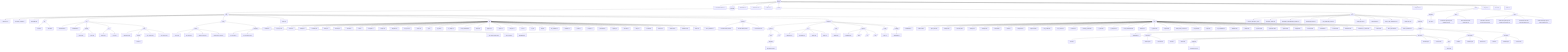
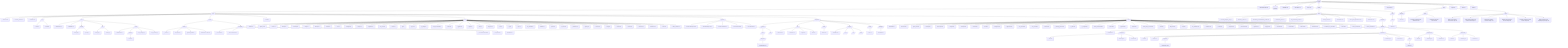
- %% antcrate tree — generated 2026-06-10T07:45:45Z
+ %% antcrate tree — generated 2026-06-10T22:00:53Z
graph TD
  root(["antcrate"])
  1["CONTRIBUTING.md"]
  root --> 1
  2[(LICENSE)]
  root --> 2
  3["README.md"]
  root --> 3
  4["SECURITY.md"]
  root --> 4
  5["SKILL.md"]
  root --> 5
  6[/assets/]
  root --> 6
  6a[/code/]
  6 --> 6a
  6a1["AGENTS.md"]
  6a --> 6a1
  6a2["CLAUDE_CODE.md"]
  6a --> 6a2
  6a3["README.md"]
  6a --> 6a3
  6a4[/bin/]
  6a --> 6a4
  6a4a["antcrate"]
  6a4 --> 6a4a
  6a4b["antcrated"]
  6a4 --> 6a4b
  6a5[/core/]
  6a --> 6a5
  6a5a["CMakeLists.txt"]
  6a5 --> 6a5a
  6a5b["README.md"]
  6a5 --> 6a5b
  6a5c[/include/]
  6a5 --> 6a5c
  6a5c1["canary.hpp"]
  6a5c --> 6a5c1
  6a5c2["json.hpp"]
  6a5c --> 6a5c2
  6a5d[/src/]
  6a5 --> 6a5d
  6a5d1["canary.cpp"]
  6a5d --> 6a5d1
  6a5d2["main.cpp"]
  6a5d --> 6a5d2
  6a5e[/tests/]
  6a5 --> 6a5e
  6a5e1["CMakeLists.txt"]
  6a5e --> 6a5e1
  6a5e2[/doctest/]
  6a5e --> 6a5e2
  6a5e2a["doctest.h"]
  6a5e2 --> 6a5e2a
  6a5e3["test_canary.cpp"]
  6a5e --> 6a5e3
  6a5e4["test_smoke.cpp"]
  6a5e --> 6a5e4
  6a6[/hooks/]
  6a --> 6a6
  6a6a[/claude/]
  6a6 --> 6a6a
  6a6a1["_zones.sh"]
  6a6a --> 6a6a1
  6a6a2["env-guard.sh"]
  6a6a --> 6a6a2
  6a6a3["gateway-guard.sh"]
  6a6a --> 6a6a3
  6a6a4["shellcheck-on-save.sh"]
  6a6a --> 6a6a4
  6a6b[/templates/]
  6a6 --> 6a6b
  6a6b1["pre-commit-ci"]
  6a6b --> 6a6b1
  6a6b2["pre-commit-secrets"]
  6a6b --> 6a6b2
  6a6b3["pre-commit-stack-bash"]
  6a6b --> 6a6b3
  6a6b4["pre-push-tests"]
  6a6b --> 6a6b4
  6a7["install.sh"]
  6a --> 6a7
  6a8[/lib/]
  6a --> 6a8
  6a8a["address.sh"]
  6a8 --> 6a8a
  6a8b["agent_init.sh"]
  6a8 --> 6a8b
  6a8c["anchor.sh"]
  6a8 --> 6a8c
  6a8d["backup.sh"]
  6a8 --> 6a8d
  6a8e["bootstrap.sh"]
  6a8 --> 6a8e
  6a8f["canary.sh"]
  6a8 --> 6a8f
  6a8g["cleanup.sh"]
  6a8 --> 6a8g
  6a8h["commit.sh"]
  6a8 --> 6a8h
  6a8i["cost.sh"]
  6a8 --> 6a8i
  6a8j["delegate.sh"]
  6a8 --> 6a8j
  6a8k["devops.sh"]
  6a8 --> 6a8k
  6a8l["diagrams.sh"]
  6a8 --> 6a8l
  6a8m["env_scan.sh"]
  6a8 --> 6a8m
  6a8n["events.sh"]
  6a8 --> 6a8n
  6a8o["gh.sh"]
  6a8 --> 6a8o
  6a8p["git_init.sh"]
  6a8 --> 6a8p
  6a8q["git_triage.sh"]
  6a8 --> 6a8q
  6a8r["hook_autoinstall.sh"]
  6a8 --> 6a8r
  6a8s["hooks.sh"]
  6a8 --> 6a8s
  6a8t["hygiene.sh"]
  6a8 --> 6a8t
  6a8u["ingest.sh"]
  6a8 --> 6a8u
-   6a8v["lifecycle.sh"]
+   6a8v["intel.sh"]
  6a8 --> 6a8v
-   6a8w["lock.sh"]
+   6a8w["lifecycle.sh"]
  6a8 --> 6a8w
-   6a8x["log.sh"]
+   6a8x["lock.sh"]
  6a8 --> 6a8x
-   6a8y["loop.sh"]
+   6a8y["log.sh"]
  6a8 --> 6a8y
-   6a8z["md_scaffold.sh"]
+   6a8z["loop.sh"]
  6a8 --> 6a8z
-   6a8aa["obsidian.sh"]
+   6a8aa["md_scaffold.sh"]
  6a8 --> 6a8aa
-   6a8ab["profile.sh"]
+   6a8ab["obsidian.sh"]
  6a8 --> 6a8ab
-   6a8ac["propose.sh"]
+   6a8ac["profile.sh"]
  6a8 --> 6a8ac
-   6a8ad["quarantine.sh"]
+   6a8ad["propose.sh"]
  6a8 --> 6a8ad
-   6a8ae["registry.sh"]
+   6a8ae["quarantine.sh"]
  6a8 --> 6a8ae
-   6a8af["relocate.sh"]
+   6a8af["registry.sh"]
  6a8 --> 6a8af
-   6a8ag["safety.sh"]
+   6a8ag["relocate.sh"]
  6a8 --> 6a8ag
-   6a8ah["scaffold.sh"]
+   6a8ah["safety.sh"]
  6a8 --> 6a8ah
-   6a8ai["schema.sh"]
+   6a8ai["scaffold.sh"]
  6a8 --> 6a8ai
-   6a8aj["selfcheck.sh"]
+   6a8aj["schema.sh"]
  6a8 --> 6a8aj
-   6a8ak["subbranch.sh"]
+   6a8ak["selfcheck.sh"]
  6a8 --> 6a8ak
-   6a8al["watch.sh"]
+   6a8al["subbranch.sh"]
  6a8 --> 6a8al
-   6a8am["watch_window.sh"]
+   6a8am["watch.sh"]
  6a8 --> 6a8am
+   6a8an["watch_window.sh"]
+   6a8 --> 6a8an
  6a9[/systemd/]
  6a --> 6a9
  6a9a["antcrate-backup.service"]
  6a9 --> 6a9a
  6a9b["antcrate-backup.timer"]
  6a9 --> 6a9b
-   6a9c["antcrated.service"]
+   6a9c["antcrate-intel.service"]
  6a9 --> 6a9c
+   6a9d["antcrate-intel.timer"]
+   6a9 --> 6a9d
+   6a9e["antcrated.service"]
+   6a9 --> 6a9e
  6a10[/templates/]
  6a --> 6a10
  6a10a[/_generic/]
  6a10 --> 6a10a
  6a10a1["README.md"]
  6a10a --> 6a10a1
  6a10a2[/docs/]
  6a10a --> 6a10a2
  6a10a2a[/diagrams/]
  6a10a2 --> 6a10a2a
  6a10a2a1["architecture.mmd"]
  6a10a2a --> 6a10a2a1
  6a10a3[/src/]
  6a10a --> 6a10a3
  6a10b[/md/]
  6a10 --> 6a10b
  6a10b1["AGENTS.md"]
  6a10b --> 6a10b1
  6a10b2["CLAUDE.md"]
  6a10b --> 6a10b2
  6a10b3["ledger.md"]
  6a10b --> 6a10b3
  6a10b4["state.md"]
  6a10b --> 6a10b4
  6a10c[/notes/]
  6a10 --> 6a10c
  6a10c1["INDEX.md"]
  6a10c --> 6a10c1
  6a10d[/projects/]
  6a10 --> 6a10d
  6a10d1["README.md"]
  6a10d --> 6a10d1
  6a10d2[/docs/]
  6a10d --> 6a10d2
  6a10d3[/src/]
  6a10d --> 6a10d3
  6a10d4[/tests/]
  6a10d --> 6a10d4
  6a10e[/scripts/]
  6a10 --> 6a10e
  6a10e1["main.sh"]
  6a10e --> 6a10e1
  6a10f[/webapps/]
  6a10 --> 6a10f
  6a10f1["README.md"]
  6a10f --> 6a10f1
  6a11[/tests/]
  6a --> 6a11
  6a11a["README.md"]
  6a11 --> 6a11a
  6a11b["address.bats"]
  6a11 --> 6a11b
  6a11c["agent_init.bats"]
  6a11 --> 6a11c
  6a11d["backup.bats"]
  6a11 --> 6a11d
  6a11e["bootstrap.bats"]
  6a11 --> 6a11e
  6a11f["canary.bats"]
  6a11 --> 6a11f
  6a11g["cleanup.bats"]
  6a11 --> 6a11g
  6a11h["commit.bats"]
  6a11 --> 6a11h
  6a11i["cost.bats"]
  6a11 --> 6a11i
  6a11j["delegate.bats"]
  6a11 --> 6a11j
  6a11k["diagrams.bats"]
  6a11 --> 6a11k
  6a11l["env_guard.bats"]
  6a11 --> 6a11l
  6a11m["env_scan.bats"]
  6a11 --> 6a11m
  6a11n["events.bats"]
  6a11 --> 6a11n
  6a11o["gateway_guard.bats"]
  6a11 --> 6a11o
  6a11p["git_init.bats"]
  6a11 --> 6a11p
  6a11q["git_triage.bats"]
  6a11 --> 6a11q
  6a11r["hook_autoinstall.bats"]
  6a11 --> 6a11r
  6a11s["hooks.bats"]
  6a11 --> 6a11s
  6a11t["hygiene.bats"]
  6a11 --> 6a11t
  6a11u["ingest.bats"]
  6a11 --> 6a11u
  6a11v["install_from_source.bats"]
  6a11 --> 6a11v
-   6a11w["lifecycle.bats"]
+   6a11w["intel.bats"]
  6a11 --> 6a11w
-   6a11x["loop.bats"]
+   6a11x["lifecycle.bats"]
  6a11 --> 6a11x
-   6a11y["md_scaffold.bats"]
+   6a11y["loop.bats"]
  6a11 --> 6a11y
-   6a11z["obsidian.bats"]
+   6a11z["md_scaffold.bats"]
  6a11 --> 6a11z
-   6a11aa["profile.bats"]
+   6a11aa["obsidian.bats"]
  6a11 --> 6a11aa
-   6a11ab["propose.bats"]
+   6a11ab["profile.bats"]
  6a11 --> 6a11ab
-   6a11ac["quarantine.bats"]
+   6a11ac["propose.bats"]
  6a11 --> 6a11ac
-   6a11ad["register.bats"]
+   6a11ad["quarantine.bats"]
  6a11 --> 6a11ad
-   6a11ae["registry.bats"]
+   6a11ae["register.bats"]
  6a11 --> 6a11ae
-   6a11af["relocate.bats"]
+   6a11af["registry.bats"]
  6a11 --> 6a11af
-   6a11ag["scaffold.bats"]
+   6a11ag["relocate.bats"]
  6a11 --> 6a11ag
-   6a11ah["schema.bats"]
+   6a11ah["scaffold.bats"]
  6a11 --> 6a11ah
-   6a11ai["selfcheck.bats"]
+   6a11ai["schema.bats"]
  6a11 --> 6a11ai
-   6a11aj["shellcheck_on_save.bats"]
+   6a11aj["selfcheck.bats"]
  6a11 --> 6a11aj
-   6a11ak["watch.bats"]
+   6a11ak["shellcheck_on_save.bats"]
  6a11 --> 6a11ak
-   6a11al["watch_smoke.bats"]
+   6a11al["watch.bats"]
  6a11 --> 6a11al
-   6a11am["watch_window.bats"]
+   6a11am["watch_smoke.bats"]
  6a11 --> 6a11am
+   6a11an["watch_window.bats"]
+   6a11 --> 6a11an
  6b[/docs/]
  6 --> 6b
  6b1["AntCrate_blueprint_v0.pdf"]
  6b --> 6b1
  6b2["BUNDLE_SPEC.md"]
  6b --> 6b2
  6b3["DIAGRAM_AUTOMATION_GUIDE.md"]
  6b --> 6b3
  6b4["DIAGRAM_PLAN.md"]
  6b --> 6b4
  6b5["GH_PIPELINE_PLAN.md"]
  6b --> 6b5
  6b6["HOOK_PLAN.md"]
  6b --> 6b6
  6b7["PATTERNS.md"]
  6b --> 6b7
  6b8["POST_DEV_BACKLOG.md"]
  6b --> 6b8
  6b9["architecture.md"]
  6b --> 6b9
  6b10[/examples/]
  6b --> 6b10
  6b10a[/bundles/]
  6b10 --> 6b10a
  6b10a1["README.md"]
  6b10a --> 6b10a1
  6b10a2[/composite/]
  6b10a --> 6b10a2
  6b10a2a["STATUS"]
  6b10a2 --> 6b10a2a
  6b10a2b["manifest.json"]
  6b10a2 --> 6b10a2b
  6b10a2c["research.md"]
  6b10a2 --> 6b10a2c
  6b10a3[/git-pinned/]
  6b10a --> 6b10a3
  6b10a3a["STATUS"]
  6b10a3 --> 6b10a3a
  6b10a3b["claude.md"]
  6b10a3 --> 6b10a3b
  6b10a3c[/diagrams/]
  6b10a3 --> 6b10a3c
  6b10a3c1["architecture.mmd"]
  6b10a3c --> 6b10a3c1
  6b10a3d["manifest.json"]
  6b10a3 --> 6b10a3d
  6b10a3e["research.md"]
  6b10a3 --> 6b10a3e
  6b10a3f[/skill/]
  6b10a3 --> 6b10a3f
  6b10a3f1["SKILL.md"]
  6b10a3f --> 6b10a3f1
  6b10a4[/supersedes/]
  6b10a --> 6b10a4
  6b10a4a["STATUS"]
  6b10a4 --> 6b10a4a
  6b10a4b["manifest.json"]
  6b10a4 --> 6b10a4b
  6b10a4c["research.md"]
  6b10a4 --> 6b10a4c
  6b10a5[/theoretical/]
  6b10a --> 6b10a5
  6b10a5a["STATUS"]
  6b10a5 --> 6b10a5a
  6b10a5b["manifest.json"]
  6b10a5 --> 6b10a5b
  6b10a5c["research.md"]
  6b10a5 --> 6b10a5c
+   6c[/skills/]
+   6 --> 6c
+   6c1[/intel/]
+   6c --> 6c1
+   6c1a["SKILL.md"]
+   6c1 --> 6c1a
  7["composes.md"]
  root --> 7
  8[/docs/]
  root --> 8
  8a[/diagrams/]
  8 --> 8a
  8a1["tree.mmd"]
  8a --> 8a1
  8b[/plans/]
  8 --> 8b
  8b1["2026-06-01-gateway-rule-violations-fix.md"]
  8b --> 8b1
  8b2["2026-06-06-relocate-command.md"]
  8b --> 8b2
  8c[/specs/]
  8 --> 8c
  8c1["2026-05-31-harness-enforcement-layer.md"]
  8c --> 8c1
  8c2["2026-06-01-gateway-rule-violations-fix-design.md"]
  8c --> 8c2
  8c3["2026-06-06-relocate-command-design.md"]
  8c --> 8c3
  8c4["2026-06-09-loop-engine-harness-design.md"]
  8c --> 8c4
+   8c5["2026-06-10-anthropic-intel-tracker-design.md"]
+   8c --> 8c5
+   8c6["2026-06-10-anycrate-capability-layer-design.md"]
+   8c --> 8c6
  9["ledger.md"]
  root --> 9
  10["stack.md"]
  root --> 10
  11["state.md"]
  root --> 11
